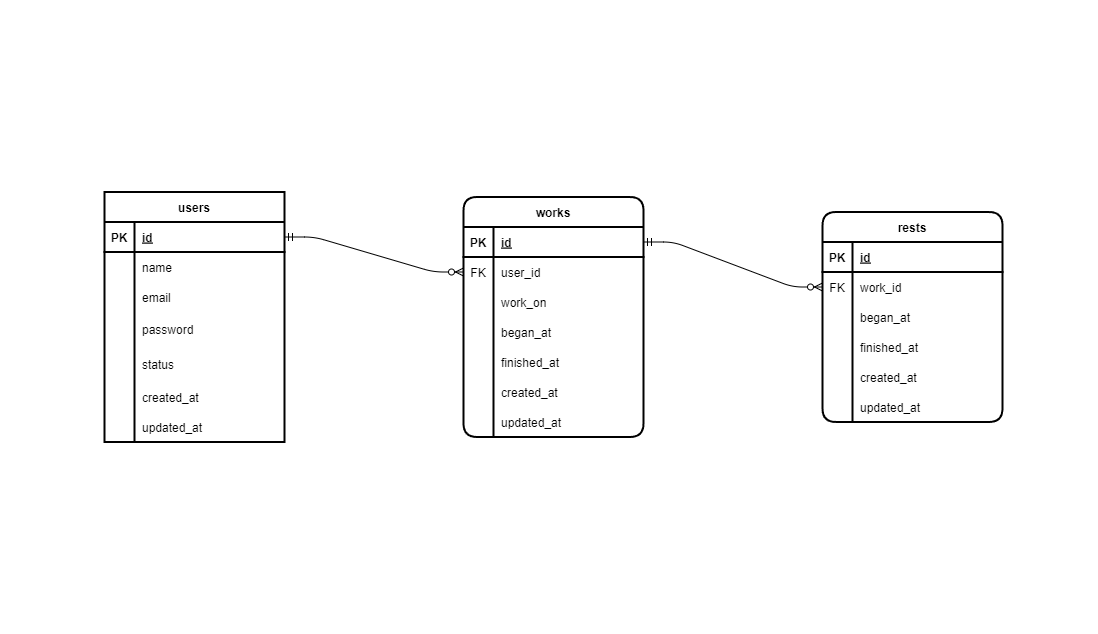
This is er_atte.png from YoshidaChiharu/20240602_atte, a draw.io export, as it was before one commit. Source tidied: cells renumbered, new cells last; positions are measured from the earlier drawing's top-left corner, leaving out a move shared by most shapes.
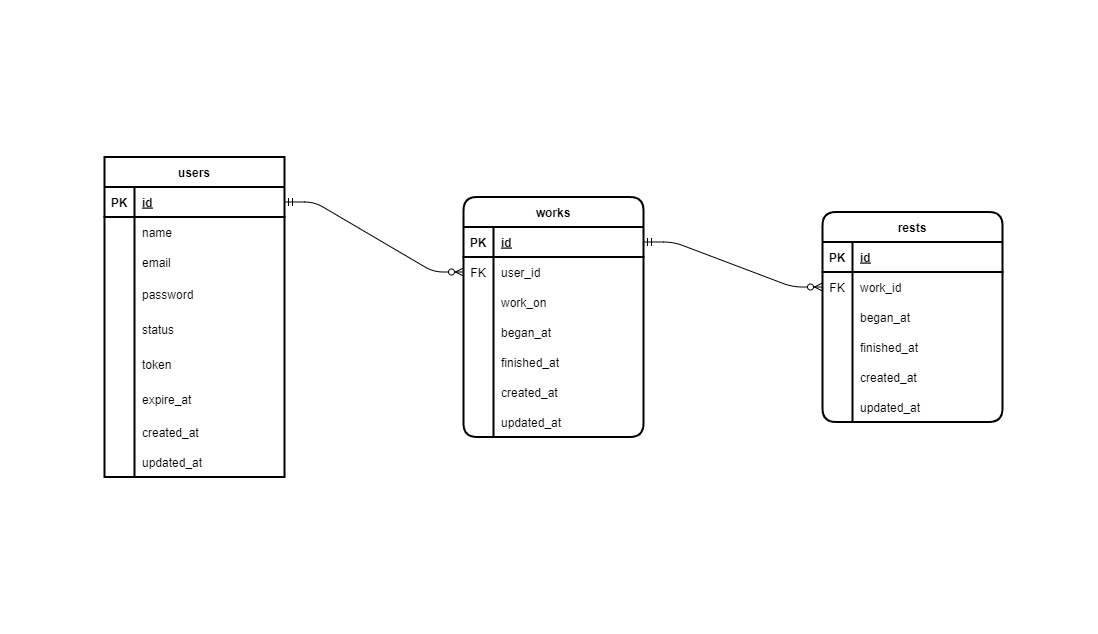
The same diagram one commit later.

Change to the diagram source:
```diff
@@ -129,7 +129,7 @@
       <mxGeometry x="30" width="150" height="30" as="geometry" />
     </mxCell>
     <mxCell id="44" value="users" style="shape=table;startSize=30;rowLines=0;fontStyle=1;align=center;strokeColor=#000000;strokeWidth=2;fontColor=#000000;fillColor=none;" parent="1" vertex="1">
-      <mxGeometry x="104" y="191.5" width="180" height="250" as="geometry" />
+      <mxGeometry x="104" y="156.5" width="180" height="320" as="geometry" />
     </mxCell>
     <mxCell id="45" style="shape=tableRow;horizontal=0;startSize=0;swimlaneHead=0;swimlaneBody=0;fillColor=none;points=[[0,0.5],[1,0.5]];portConstraint=eastwest;top=0;left=0;right=0;bottom=1;strokeColor=#000000;strokeWidth=2;fontColor=#000000;" parent="44" vertex="1">
       <mxGeometry y="30" width="180" height="30" as="geometry" />
@@ -176,8 +176,26 @@
     <mxCell id="59" value="status" style="shape=partialRectangle;fillColor=none;top=0;left=0;bottom=0;right=0;align=left;spacingLeft=6;overflow=hidden;strokeColor=#000000;strokeWidth=2;fontColor=#000000;" parent="57" vertex="1">
       <mxGeometry x="30" width="150" height="35" as="geometry" />
     </mxCell>
+    <mxCell id="68" style="shape=tableRow;horizontal=0;startSize=0;swimlaneHead=0;swimlaneBody=0;fillColor=none;top=0;left=0;right=0;bottom=0;strokeColor=#000000;strokeWidth=2;fontColor=#000000;" parent="44" vertex="1">
+      <mxGeometry y="190" width="180" height="35" as="geometry" />
+    </mxCell>
+    <mxCell id="69" style="shape=partialRectangle;fillColor=none;top=0;left=0;bottom=0;right=0;overflow=hidden;strokeColor=#000000;strokeWidth=2;fontColor=#000000;" parent="68" vertex="1">
+      <mxGeometry width="30" height="35" as="geometry" />
+    </mxCell>
+    <mxCell id="70" value="token" style="shape=partialRectangle;fillColor=none;top=0;left=0;bottom=0;right=0;align=left;spacingLeft=6;overflow=hidden;strokeColor=#000000;strokeWidth=2;fontColor=#000000;" parent="68" vertex="1">
+      <mxGeometry x="30" width="150" height="35" as="geometry" />
+    </mxCell>
+    <mxCell id="71" style="shape=tableRow;horizontal=0;startSize=0;swimlaneHead=0;swimlaneBody=0;fillColor=none;top=0;left=0;right=0;bottom=0;strokeColor=#000000;strokeWidth=2;fontColor=#000000;" parent="44" vertex="1">
+      <mxGeometry y="225" width="180" height="35" as="geometry" />
+    </mxCell>
+    <mxCell id="72" style="shape=partialRectangle;fillColor=none;top=0;left=0;bottom=0;right=0;overflow=hidden;strokeColor=#000000;strokeWidth=2;fontColor=#000000;" parent="71" vertex="1">
+      <mxGeometry width="30" height="35" as="geometry" />
+    </mxCell>
+    <mxCell id="73" value="expire_at" style="shape=partialRectangle;fillColor=none;top=0;left=0;bottom=0;right=0;align=left;spacingLeft=6;overflow=hidden;strokeColor=#000000;strokeWidth=2;fontColor=#000000;" parent="71" vertex="1">
+      <mxGeometry x="30" width="150" height="35" as="geometry" />
+    </mxCell>
     <mxCell id="60" style="shape=tableRow;horizontal=0;startSize=0;swimlaneHead=0;swimlaneBody=0;fillColor=none;top=0;left=0;right=0;bottom=0;strokeColor=#000000;strokeWidth=2;fontColor=#000000;" parent="44" vertex="1">
-      <mxGeometry y="190" width="180" height="30" as="geometry" />
+      <mxGeometry y="260" width="180" height="30" as="geometry" />
     </mxCell>
     <mxCell id="61" style="shape=partialRectangle;fillColor=none;top=0;left=0;bottom=0;right=0;overflow=hidden;strokeColor=#000000;strokeWidth=2;fontColor=#000000;" parent="60" vertex="1">
       <mxGeometry width="30" height="30" as="geometry" />
@@ -186,7 +204,7 @@
       <mxGeometry x="30" width="150" height="30" as="geometry" />
     </mxCell>
     <mxCell id="63" style="shape=tableRow;horizontal=0;startSize=0;swimlaneHead=0;swimlaneBody=0;fillColor=none;top=0;left=0;right=0;bottom=0;strokeColor=#000000;strokeWidth=2;fontColor=#000000;" parent="44" vertex="1">
-      <mxGeometry y="220" width="180" height="30" as="geometry" />
+      <mxGeometry y="290" width="180" height="30" as="geometry" />
     </mxCell>
     <mxCell id="64" style="shape=partialRectangle;fillColor=none;top=0;left=0;bottom=0;right=0;overflow=hidden;strokeColor=#000000;strokeWidth=2;fontColor=#000000;" parent="63" vertex="1">
       <mxGeometry width="30" height="30" as="geometry" />
```
